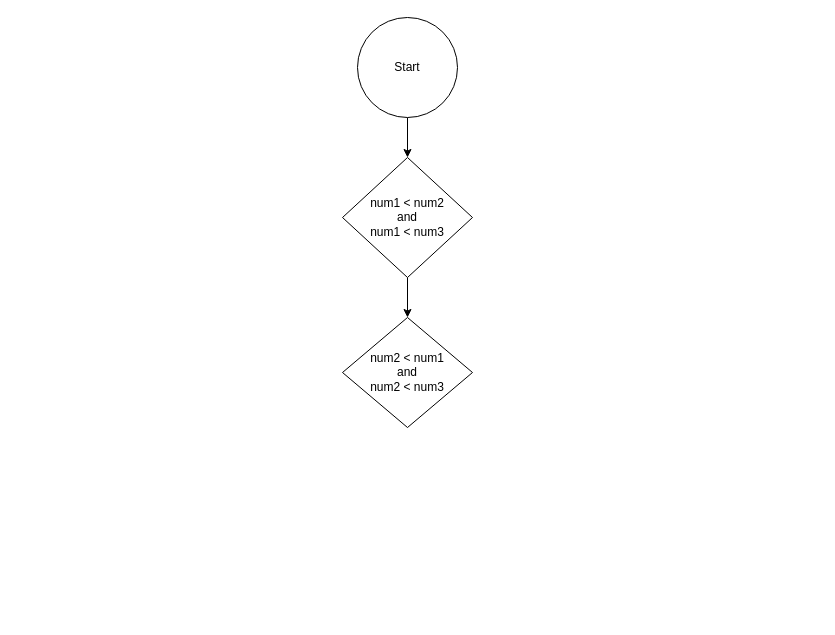
Before: Assignment 3-2.drawio in RabbitsAreUs/CS100, a draw.io diagram. Source tidied: cells renumbered, new cells numbered last; positions are measured from the earlier drawing's top-left corner, leaving out a move shared by most shapes. Both pictures are drawn from the tidied source at 100%, with x=0, y=0 at pixel (342, 17).
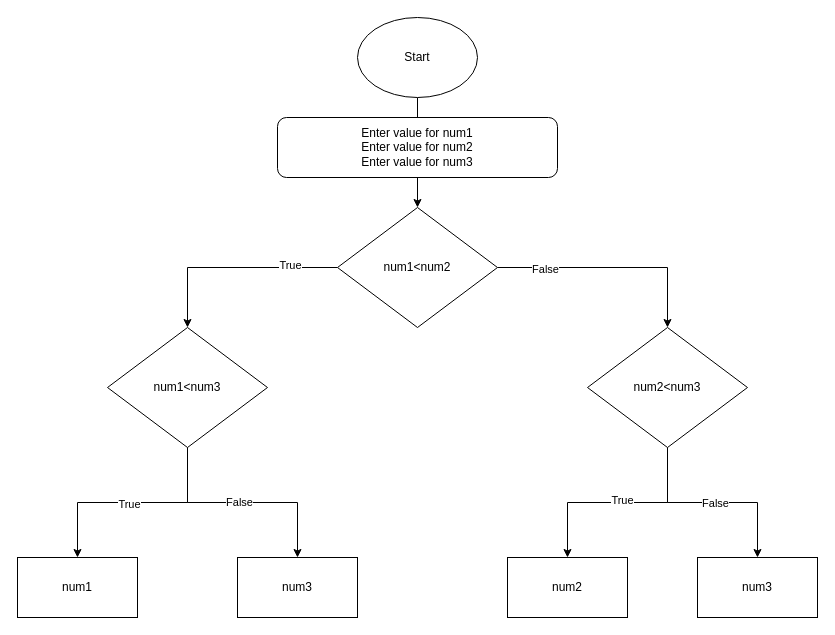
After the change.

Diff of the diagram source:
```diff
@@
-    <mxCell id="2" style="edgeStyle=orthogonalEdgeStyle;rounded=0;jettySize=auto;html=1;" parent="1" edge="1" source="3" target="5">
-      <mxGeometry relative="1" as="geometry" />
-    </mxCell>
+    <mxCell id="7" style="edgeStyle=orthogonalEdgeStyle;rounded=0;jettySize=auto;html=1;" parent="1" edge="1" source="3" target="12">
+      <mxGeometry relative="1" as="geometry" />
+    </mxCell>
     <mxCell id="3" value="Start" style="ellipse;whiteSpace=wrap;html=1;" parent="1" vertex="1">
-      <mxGeometry x="15" width="100" height="100" as="geometry" />
+      <mxGeometry x="15" width="120" height="80" as="geometry" />
     </mxCell>
-    <mxCell id="4" style="edgeStyle=orthogonalEdgeStyle;rounded=0;jettySize=auto;html=1;" parent="1" edge="1" source="5" target="6">
-      <mxGeometry relative="1" as="geometry" />
-    </mxCell>
-    <mxCell id="5" value="num1 &amp;lt; num2&lt;br&gt;and&lt;br&gt;num1 &amp;lt; num3" style="rhombus;whiteSpace=wrap;html=1;" parent="1" vertex="1">
-      <mxGeometry y="140" width="130" height="120" as="geometry" />
-    </mxCell>
-    <mxCell id="6" value="num2 &amp;lt; num1&lt;br&gt;and&lt;br&gt;num2 &amp;lt; num3" style="rhombus;whiteSpace=wrap;html=1;" parent="1" vertex="1">
-      <mxGeometry y="300" width="130" height="110" as="geometry" />
-    </mxCell>
+    <mxCell id="8" style="edgeStyle=orthogonalEdgeStyle;rounded=0;jettySize=auto;html=1;" parent="1" edge="1" source="12" target="17">
+      <mxGeometry relative="1" as="geometry">
+        <Array as="points">
+          <mxPoint x="-155" y="250" />
+        </Array>
+      </mxGeometry>
+    </mxCell>
+    <mxCell id="9" value="True" style="edgeLabel;html=1;align=center;verticalAlign=middle;" parent="8" vertex="1">
+      <mxGeometry x="-0.54" y="-3" relative="1" as="geometry" />
+    </mxCell>
+    <mxCell id="10" style="edgeStyle=orthogonalEdgeStyle;rounded=0;jettySize=auto;html=1;" parent="1" edge="1" source="12" target="22">
+      <mxGeometry relative="1" as="geometry">
+        <Array as="points">
+          <mxPoint x="325" y="250" />
+        </Array>
+      </mxGeometry>
+    </mxCell>
+    <mxCell id="11" value="False" style="edgeLabel;html=1;align=center;verticalAlign=middle;" parent="10" vertex="1">
+      <mxGeometry x="-0.59" y="-1" relative="1" as="geometry" />
+    </mxCell>
+    <mxCell id="12" value="num1&amp;lt;num2" style="rhombus;whiteSpace=wrap;html=1;" parent="1" vertex="1">
+      <mxGeometry x="-5" y="190" width="160" height="120" as="geometry" />
+    </mxCell>
+    <mxCell id="13" style="edgeStyle=orthogonalEdgeStyle;rounded=0;jettySize=auto;html=1;" parent="1" edge="1" source="17" target="23">
+      <mxGeometry relative="1" as="geometry" />
+    </mxCell>
+    <mxCell id="14" value="True" style="edgeLabel;html=1;align=center;verticalAlign=middle;" parent="13" vertex="1">
+      <mxGeometry x="0.04" y="1" relative="1" as="geometry" />
+    </mxCell>
+    <mxCell id="15" style="edgeStyle=orthogonalEdgeStyle;rounded=0;jettySize=auto;html=1;" parent="1" edge="1" source="17" target="24">
+      <mxGeometry relative="1" as="geometry" />
+    </mxCell>
+    <mxCell id="16" value="False" style="edgeLabel;html=1;align=center;verticalAlign=middle;" parent="15" vertex="1">
+      <mxGeometry x="-0.04" y="1" relative="1" as="geometry" />
+    </mxCell>
+    <mxCell id="17" value="num1&amp;lt;num3" style="rhombus;whiteSpace=wrap;html=1;" parent="1" vertex="1">
+      <mxGeometry x="-235" y="310" width="160" height="120" as="geometry" />
+    </mxCell>
+    <mxCell id="18" style="edgeStyle=orthogonalEdgeStyle;rounded=0;jettySize=auto;html=1;" parent="1" edge="1" source="22" target="25">
+      <mxGeometry relative="1" as="geometry" />
+    </mxCell>
+    <mxCell id="19" value="True" style="edgeLabel;html=1;align=center;verticalAlign=middle;" parent="18" vertex="1">
+      <mxGeometry x="-0.04" y="-3" relative="1" as="geometry" />
+    </mxCell>
+    <mxCell id="20" style="edgeStyle=orthogonalEdgeStyle;rounded=0;jettySize=auto;html=1;" parent="1" edge="1" source="22" target="26">
+      <mxGeometry relative="1" as="geometry" />
+    </mxCell>
+    <mxCell id="21" value="False" style="edgeLabel;html=1;align=center;verticalAlign=middle;" parent="20" vertex="1">
+      <mxGeometry x="0.02" relative="1" as="geometry" />
+    </mxCell>
+    <mxCell id="22" value="num2&amp;lt;num3" style="rhombus;whiteSpace=wrap;html=1;" parent="1" vertex="1">
+      <mxGeometry x="245" y="310" width="160" height="120" as="geometry" />
+    </mxCell>
+    <mxCell id="23" value="num1" style="whiteSpace=wrap;html=1;" parent="1" vertex="1">
+      <mxGeometry x="-325" y="540" width="120" height="60" as="geometry" />
+    </mxCell>
+    <mxCell id="24" value="num3" style="whiteSpace=wrap;html=1;" parent="1" vertex="1">
+      <mxGeometry x="-105" y="540" width="120" height="60" as="geometry" />
+    </mxCell>
+    <mxCell id="25" value="num2" style="whiteSpace=wrap;html=1;" parent="1" vertex="1">
+      <mxGeometry x="165" y="540" width="120" height="60" as="geometry" />
+    </mxCell>
+    <mxCell id="26" value="num3" style="whiteSpace=wrap;html=1;" parent="1" vertex="1">
+      <mxGeometry x="355" y="540" width="120" height="60" as="geometry" />
+    </mxCell>
+    <mxCell id="27" value="Enter value for num1&lt;br&gt;Enter value for num2&lt;br&gt;Enter value for num3" style="rounded=1;whiteSpace=wrap;html=1;" parent="1" vertex="1">
+      <mxGeometry x="-65" y="100" width="280" height="60" as="geometry" />
+    </mxCell>
```
